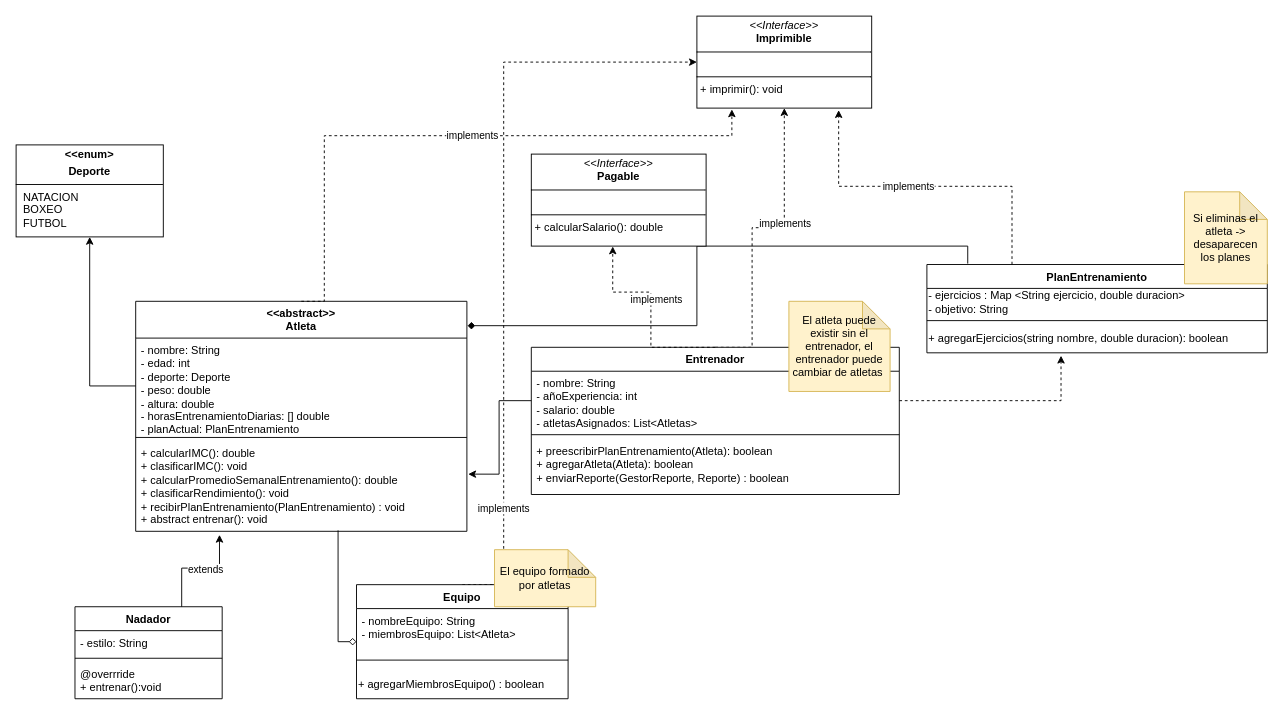
Before: EjerciciosClases/GestionAtleta/diagramasUML/GestionAtleta.drawio in CesarOlmedoL/POO-2026, a draw.io diagram. Source tidied: cells renumbered, new cells numbered last; positions are measured from the earlier drawing's top-left corner, leaving out a move shared by most shapes. Both pictures are drawn from the tidied source at 92%, with x=0, y=0 at pixel (16, 16).
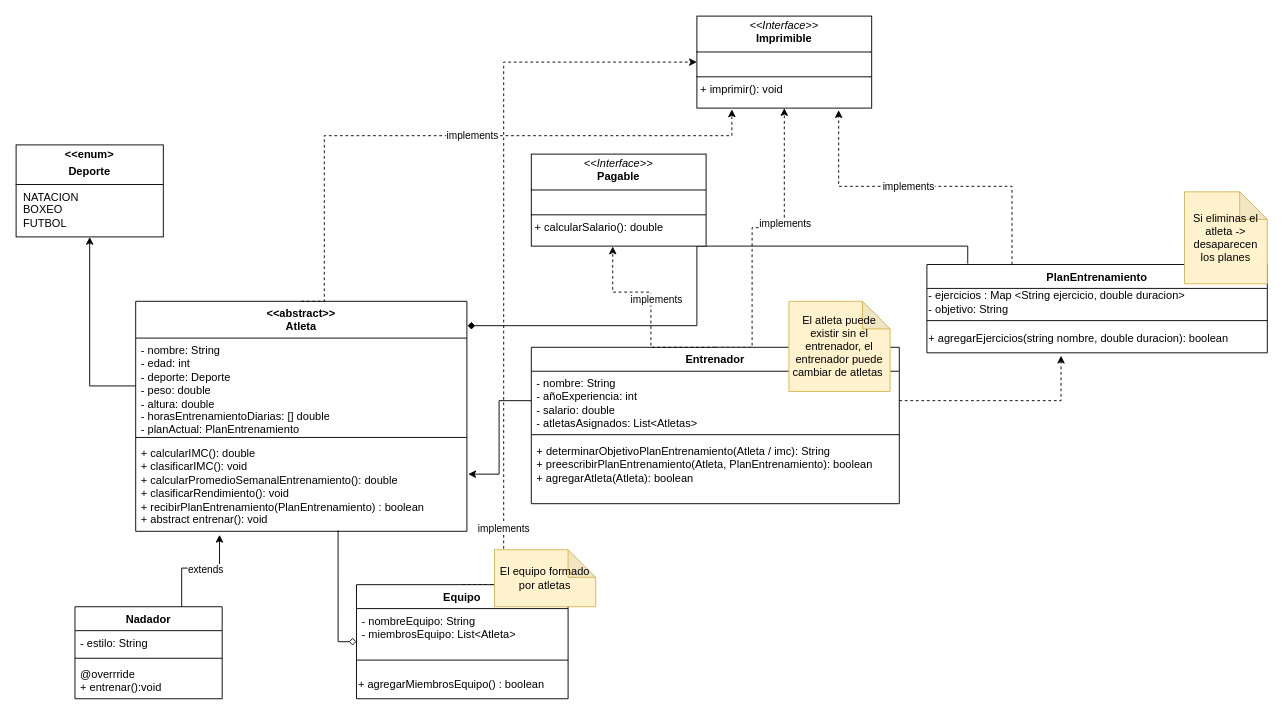
The same page after the edit.

Commit message:
feat: modificar diagrama de clases, reestructuracion de atributos y relaciones

Unchanged cells that the change refers to:
```xml
<mxCell id="2" value="&lt;div&gt;&lt;span style=&quot;background-color: transparent; color: light-dark(rgb(0, 0, 0), rgb(255, 255, 255));&quot;&gt;&amp;lt;&amp;lt;abstract&amp;gt;&amp;gt;&lt;/span&gt;&lt;/div&gt;&lt;div&gt;&lt;span style=&quot;background-color: transparent; color: light-dark(rgb(0, 0, 0), rgb(255, 255, 255));&quot;&gt;Atleta&lt;/span&gt;&lt;/div&gt;" style="swimlane;fontStyle=1;align=center;verticalAlign=top;horizontal=1;startSize=40;whiteSpace=wrap;html=1;" parent="1" vertex="1">
  <mxGeometry x="130" y="310" width="360" height="250" as="geometry" />
</mxCell>
<mxCell id="29" style="edgeStyle=orthogonalEdgeStyle;rounded=0;jettySize=auto;html=1;exitX=0.5;exitY=0;exitDx=0;exitDy=0;entryX=0;entryY=0.5;entryDx=0;entryDy=0;dashed=1;" parent="1" edge="1" source="31" target="11">
  <mxGeometry relative="1" as="geometry">
    <Array as="points">
      <mxPoint x="530" y="618" />
      <mxPoint x="530" y="50" />
    </Array>
  </mxGeometry>
</mxCell>
```

What changed in the source:
```diff
@@
-    <mxCell id="5" value="+ calcularIMC(): double&lt;div&gt;+ clasificarIMC(): void&lt;/div&gt;&lt;div&gt;+ calcularPromedioSemanalEntrenamiento(): double&lt;/div&gt;&lt;div&gt;+ clasificarRendimiento(): void&lt;/div&gt;&lt;div&gt;+ recibirPlanEntrenamiento(PlanEntrenamiento) : void&lt;/div&gt;&lt;div&gt;+ abstract entrenar(): void&lt;/div&gt;&lt;div&gt;&lt;br&gt;&lt;/div&gt;" style="text;strokeColor=none;fillColor=none;align=left;verticalAlign=top;spacingLeft=4;spacingRight=4;overflow=hidden;points=[[0,0.5],[1,0.5]];portConstraint=eastwest;whiteSpace=wrap;html=1;" parent="2" vertex="1">
+    <mxCell id="5" value="+ calcularIMC(): double&lt;div&gt;+ clasificarIMC(): void&lt;/div&gt;&lt;div&gt;+ calcularPromedioSemanalEntrenamiento(): double&lt;/div&gt;&lt;div&gt;+ clasificarRendimiento(): void&lt;/div&gt;&lt;div&gt;+ recibirPlanEntrenamiento(PlanEntrenamiento) : boolean&lt;/div&gt;&lt;div&gt;+ abstract entrenar(): void&lt;/div&gt;&lt;div&gt;&lt;br&gt;&lt;/div&gt;" style="text;strokeColor=none;fillColor=none;align=left;verticalAlign=top;spacingLeft=4;spacingRight=4;overflow=hidden;points=[[0,0.5],[1,0.5]];portConstraint=eastwest;whiteSpace=wrap;html=1;" parent="2" vertex="1">
       <mxGeometry y="152" width="360" height="98" as="geometry" />
     </mxCell>
@@
     <mxCell id="16" value="Entrenador" style="swimlane;fontStyle=1;align=center;verticalAlign=top;horizontal=1;startSize=26;whiteSpace=wrap;html=1;" parent="1" vertex="1">
-      <mxGeometry x="560" y="360" width="400" height="160" as="geometry" />
+      <mxGeometry x="560" y="360" width="400" height="170" as="geometry" />
     </mxCell>
@@
-    <mxCell id="19" value="&lt;div&gt;+ preescribirPlanEntrenamiento(Atleta): boolean&amp;nbsp;&lt;br&gt;&lt;div&gt;+ agregarAtleta(Atleta): boolean&lt;/div&gt;&lt;div&gt;&lt;div&gt;+ enviarReporte(GestorReporte, Reporte) : boolean&lt;/div&gt;&lt;/div&gt;&lt;/div&gt;" style="text;strokeColor=none;fillColor=none;align=left;verticalAlign=top;spacingLeft=4;spacingRight=4;overflow=hidden;whiteSpace=wrap;html=1;" parent="16" vertex="1">
-      <mxGeometry y="100" width="400" height="60" as="geometry" />
+    <mxCell id="19" value="&lt;div&gt;+&amp;nbsp;&lt;span style=&quot;background-color: transparent; color: light-dark(rgb(0, 0, 0), rgb(255, 255, 255));&quot;&gt;determinarObjetivoPlanEntrenamiento(Atleta / imc): String&lt;/span&gt;&lt;/div&gt;&lt;div&gt;+ preescribirPlanEntrenamiento(Atleta, PlanEntrenamiento): boolean&amp;nbsp;&lt;br&gt;&lt;div&gt;+ agregarAtleta(Atleta): boolean&lt;/div&gt;&lt;/div&gt;" style="text;strokeColor=none;fillColor=none;align=left;verticalAlign=top;spacingLeft=4;spacingRight=4;overflow=hidden;whiteSpace=wrap;html=1;" parent="16" vertex="1">
+      <mxGeometry y="100" width="400" height="70" as="geometry" />
     </mxCell>
@@
     <mxCell id="30" value="implements" style="edgeLabel;html=1;align=center;verticalAlign=middle;" parent="29" vertex="1">
       <mxGeometry x="-0.69" y="1" relative="1" as="geometry">
-        <mxPoint y="-1" as="offset" />
+        <mxPoint y="21" as="offset" />
       </mxGeometry>
     </mxCell>
```
